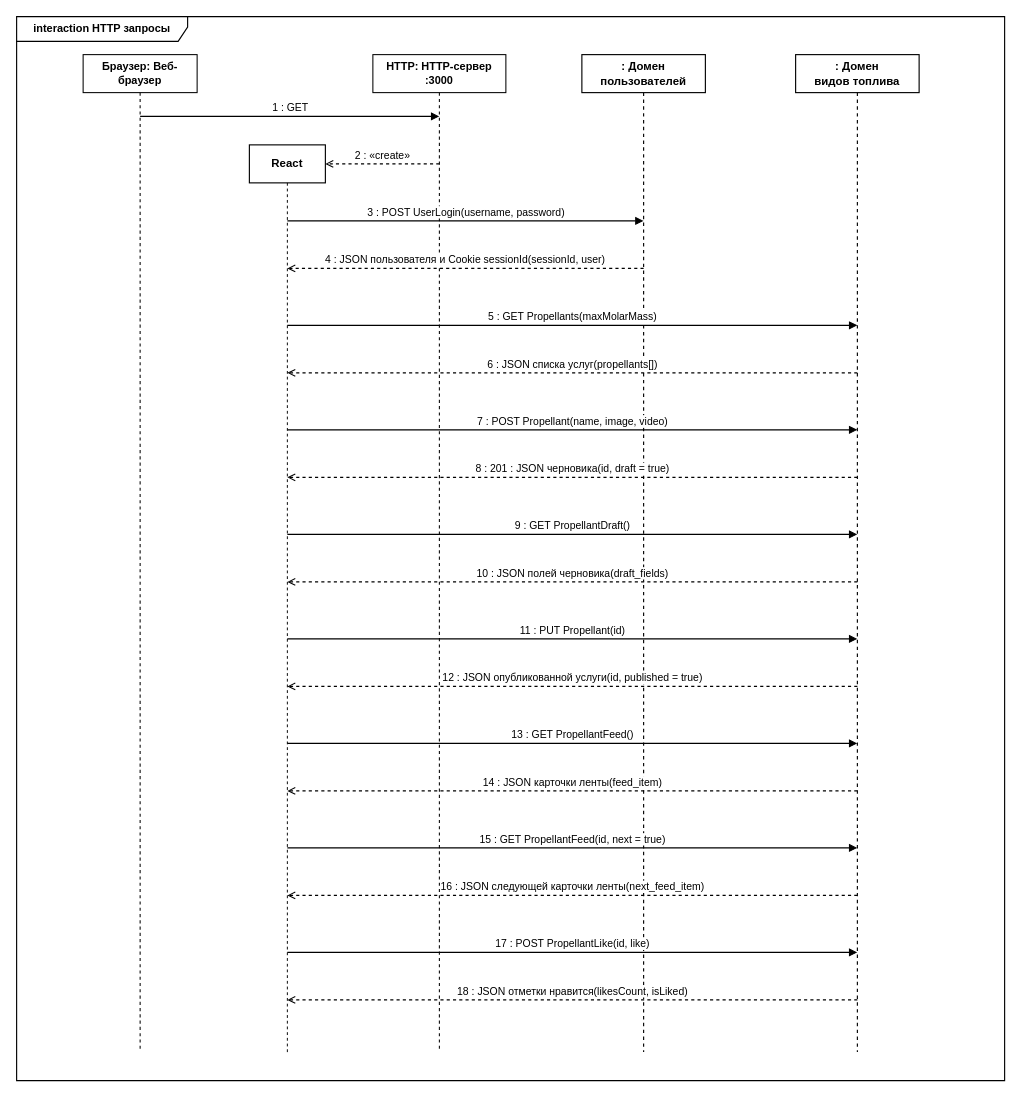
Above: sequence_diagram.drawio in Mr-Flyguy/propellant-impulse-backend (draw.io), before the change. Source tidied: cells renumbered, new cells numbered last; positions are measured from the earlier drawing's top-left corner, leaving out a move shared by most shapes. Both pictures are drawn from the tidied source at 95%, with x=0, y=0 at pixel (16, 16).
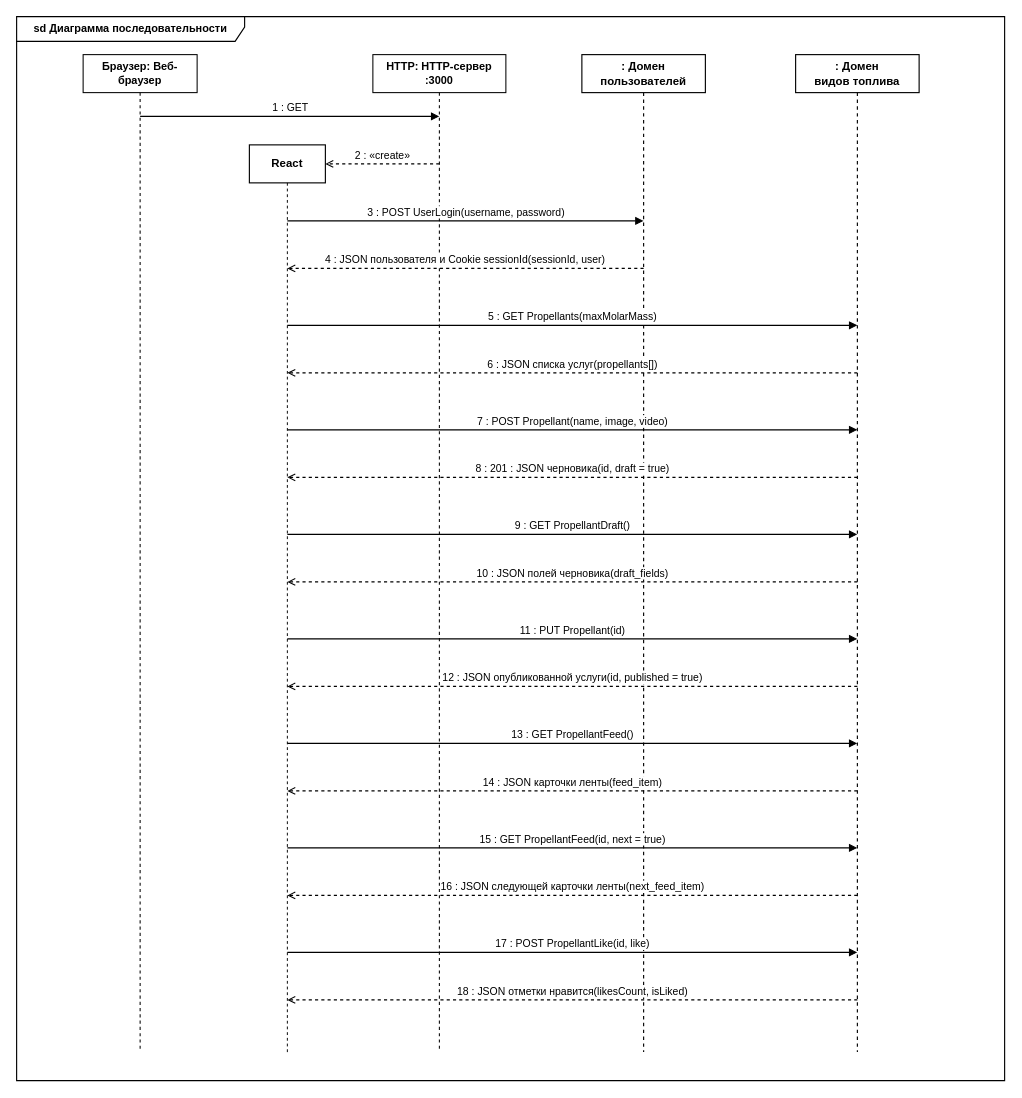
The same diagram, later.

What changed in the source:
```diff
@@
-    <mxCell id="2" value="interaction HTTP запросы" style="shape=umlFrame;whiteSpace=wrap;html=1;width=180;height=26;fontStyle=1;fontSize=11.5;fontFamily=Helvetica;fillColor=#FFFFFF;strokeColor=#000000;strokeWidth=1.2;" parent="1" vertex="1">
+    <mxCell id="2" value="sd Диаграмма последовательности" style="shape=umlFrame;whiteSpace=wrap;html=1;width=240;height=26;fontStyle=1;fontSize=11.5;fontFamily=Helvetica;fillColor=#FFFFFF;strokeColor=#000000;strokeWidth=1.2;" parent="1" vertex="1">
       <mxGeometry width="1040" height="1120" as="geometry" />
     </mxCell>
```
